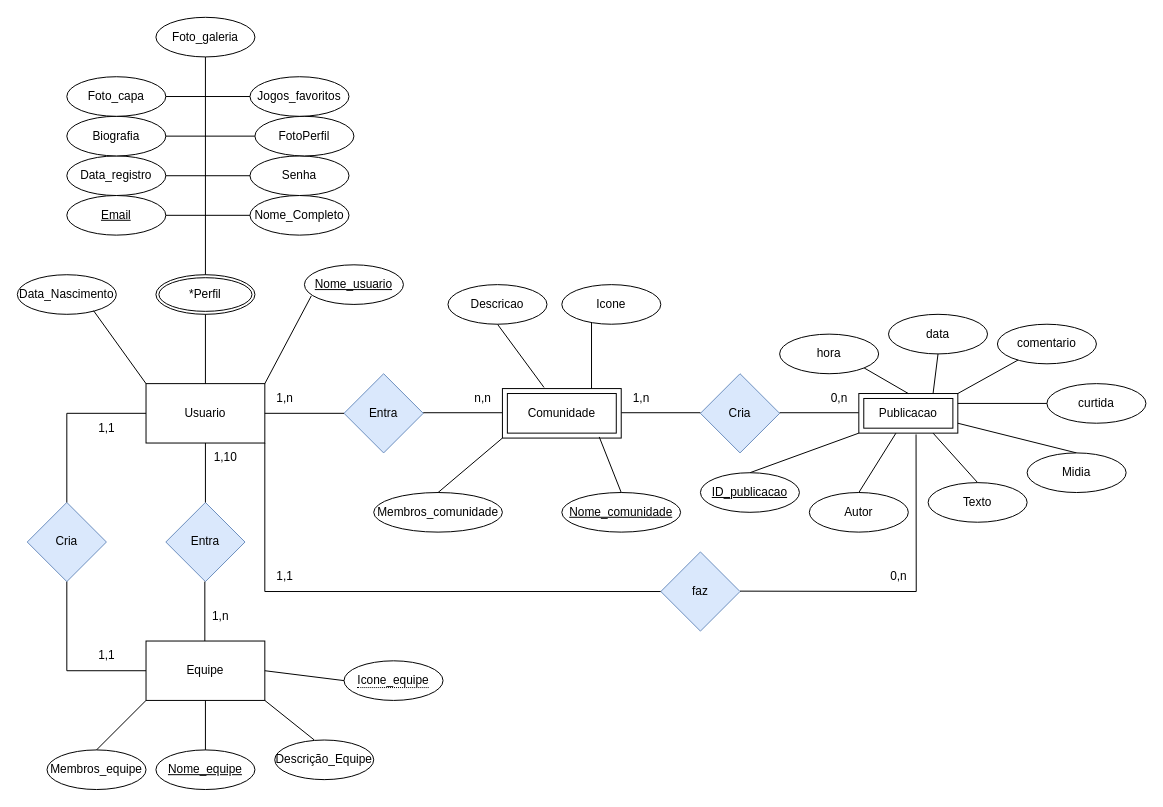
Above: Diagrama sem nome.drawio in shigerysasaki/Estudos (draw.io), before the change. Source tidied: cells renumbered, new cells numbered last; positions are measured from the earlier drawing's top-left corner, leaving out a move shared by most shapes. Both pictures are drawn from the tidied source at 99%, with x=0, y=0 at pixel (17, 17).
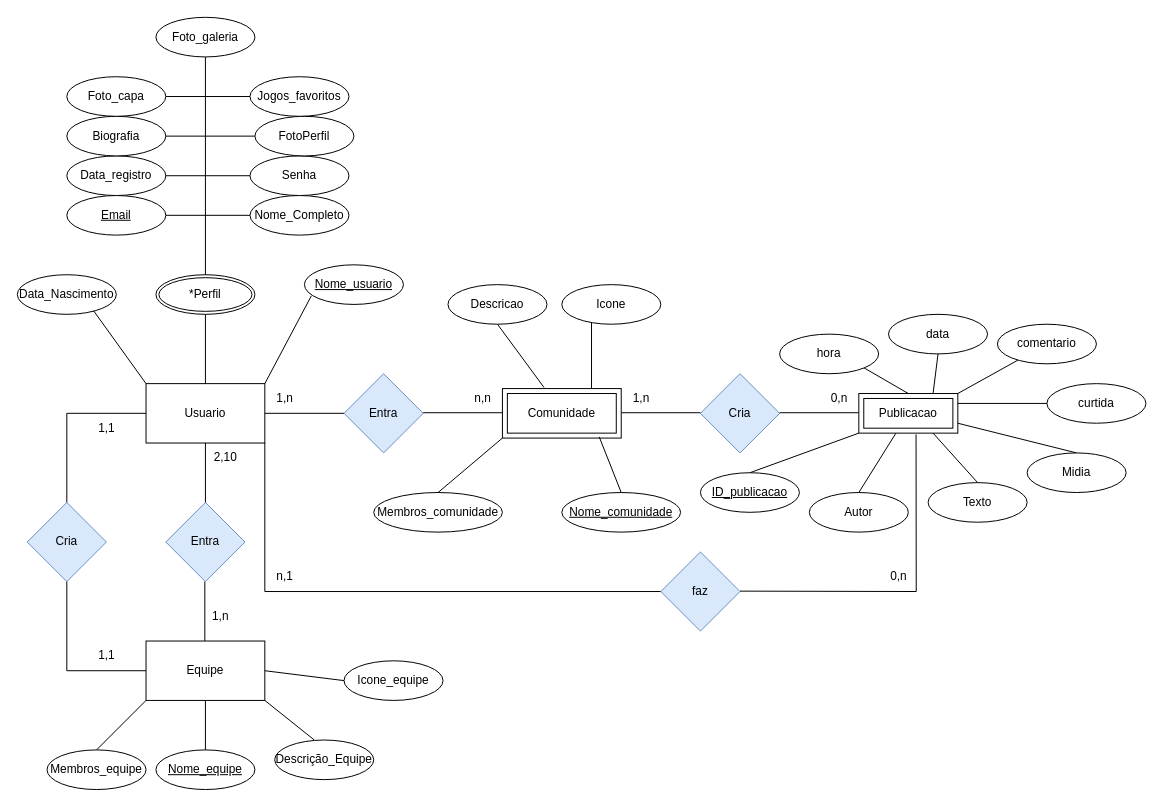
Above is the later version.

Unchanged cells that the change refers to:
```xml
<mxCell id="3" value="Equipe" style="rounded=0;whiteSpace=wrap;html=1;" parent="1" vertex="1">
  <mxGeometry x="130" y="630" width="120" height="60" as="geometry" />
</mxCell>
```

Change to the diagram source:
```diff
@@
-    <mxCell id="18" value="1,10" style="text;html=1;align=center;verticalAlign=middle;strokeColor=none;fillColor=none;" parent="1" vertex="1">
+    <mxCell id="18" value="2,10" style="text;html=1;align=center;verticalAlign=middle;strokeColor=none;fillColor=none;" parent="1" vertex="1">
       <mxGeometry x="185" y="430" width="50" height="30" as="geometry" />
     </mxCell>
@@
-    <mxCell id="78" value="&lt;span style=&quot;border-bottom: 1px dotted&quot;&gt;Icone_equipe&lt;/span&gt;" style="ellipse;whiteSpace=wrap;html=1;align=center;" parent="1" vertex="1">
-      <mxGeometry x="330" y="650" width="100" height="40" as="geometry" />
-    </mxCell>
-    <mxCell id="79" style="endArrow=none;html=1;rounded=0;exitX=1;exitY=0.5;exitDx=0;exitDy=0;entryX=0;entryY=0.5;entryDx=0;entryDy=0;" parent="1" edge="1" source="3" target="78">
-      <mxGeometry relative="1" as="geometry" />
+    <mxCell id="79" style="endArrow=none;html=1;rounded=0;exitX=1;exitY=0.5;exitDx=0;exitDy=0;entryX=0;entryY=0.5;entryDx=0;entryDy=0;" parent="1" edge="1" source="3">
+      <mxGeometry relative="1" as="geometry">
+        <mxPoint x="330" y="670" as="targetPoint" />
+      </mxGeometry>
     </mxCell>
@@
-    <mxCell id="81" value="1,1" style="text;html=1;align=center;verticalAlign=middle;strokeColor=none;fillColor=none;" parent="1" vertex="1">
+    <mxCell id="81" value="n,1" style="text;html=1;align=center;verticalAlign=middle;strokeColor=none;fillColor=none;" parent="1" vertex="1">
       <mxGeometry x="250" y="550" width="40" height="30" as="geometry" />
     </mxCell>
+    <mxCell id="78" value="Icone_equipe" style="ellipse;whiteSpace=wrap;html=1;align=center;" parent="1" vertex="1">
+      <mxGeometry x="330" y="650" width="100" height="40" as="geometry" />
+    </mxCell>
```
